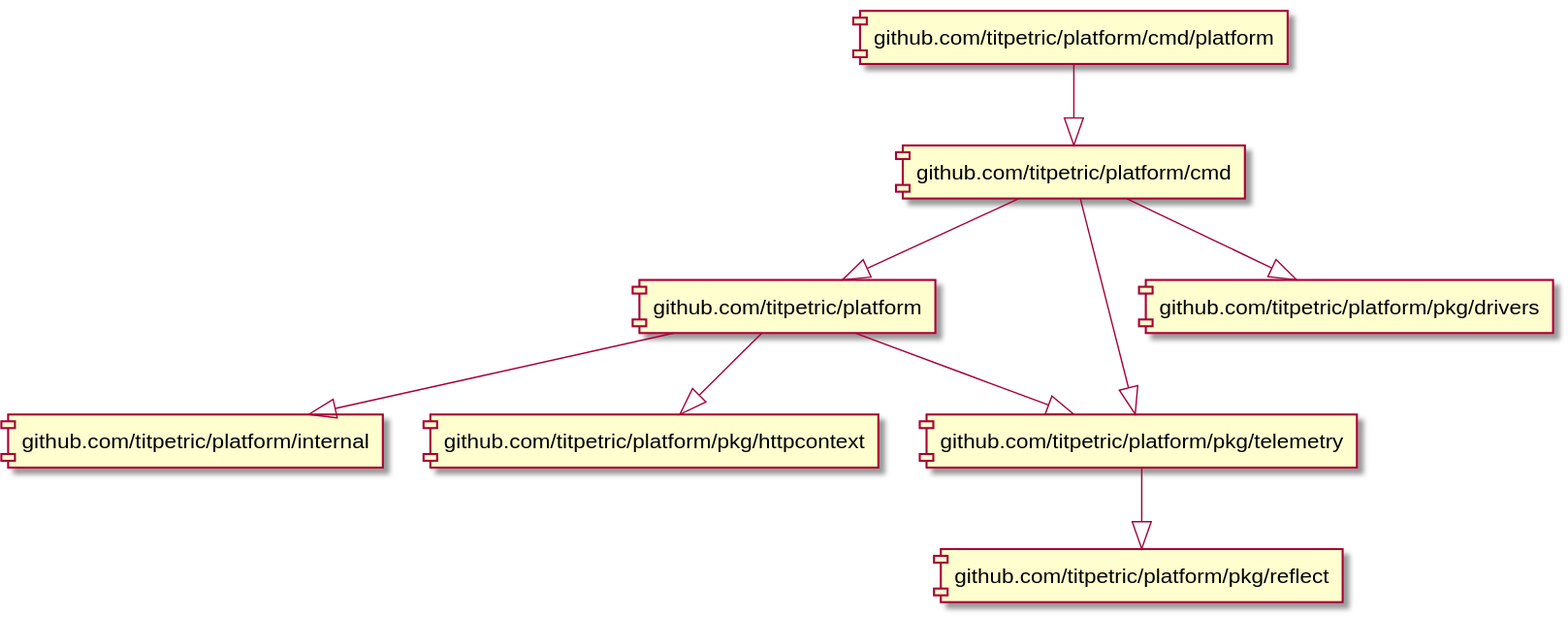
Earlier version of the PlantUML export docs/imports.svg (titpetric/platform).
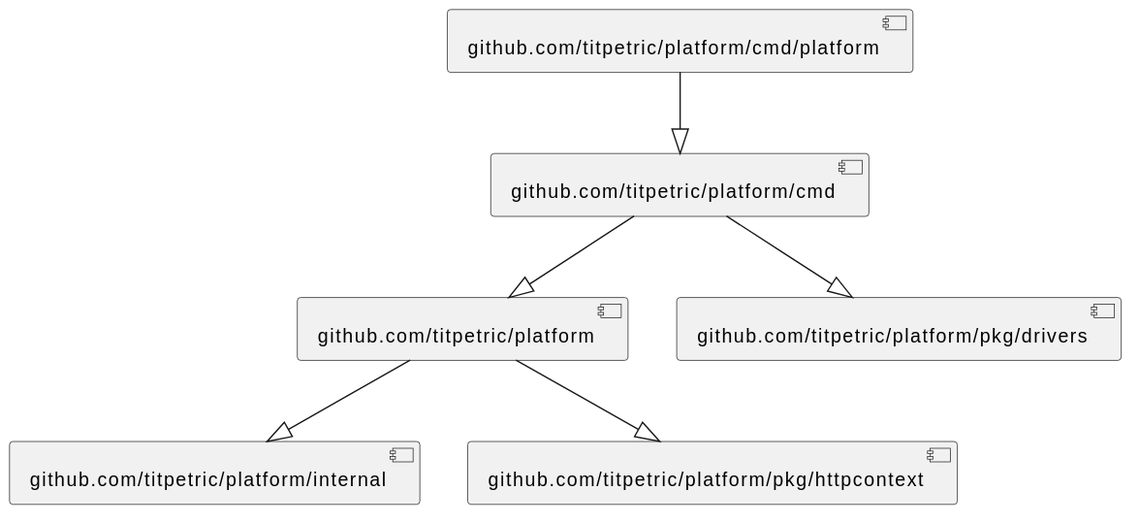
The same diagram one commit later.

Change to the diagram source:
```diff
@@ -1,10 +1,7 @@
 @startuml
 [github.com/titpetric/platform] --|> [github.com/titpetric/platform/internal]
 [github.com/titpetric/platform] --|> [github.com/titpetric/platform/pkg/httpcontext]
-[github.com/titpetric/platform] --|> [github.com/titpetric/platform/pkg/telemetry]
 [github.com/titpetric/platform/cmd] --|> [github.com/titpetric/platform]
 [github.com/titpetric/platform/cmd] --|> [github.com/titpetric/platform/pkg/drivers]
-[github.com/titpetric/platform/cmd] --|> [github.com/titpetric/platform/pkg/telemetry]
 [github.com/titpetric/platform/cmd/platform] --|> [github.com/titpetric/platform/cmd]
-[github.com/titpetric/platform/pkg/telemetry] --|> [github.com/titpetric/platform/pkg/reflect]
 @enduml
```
